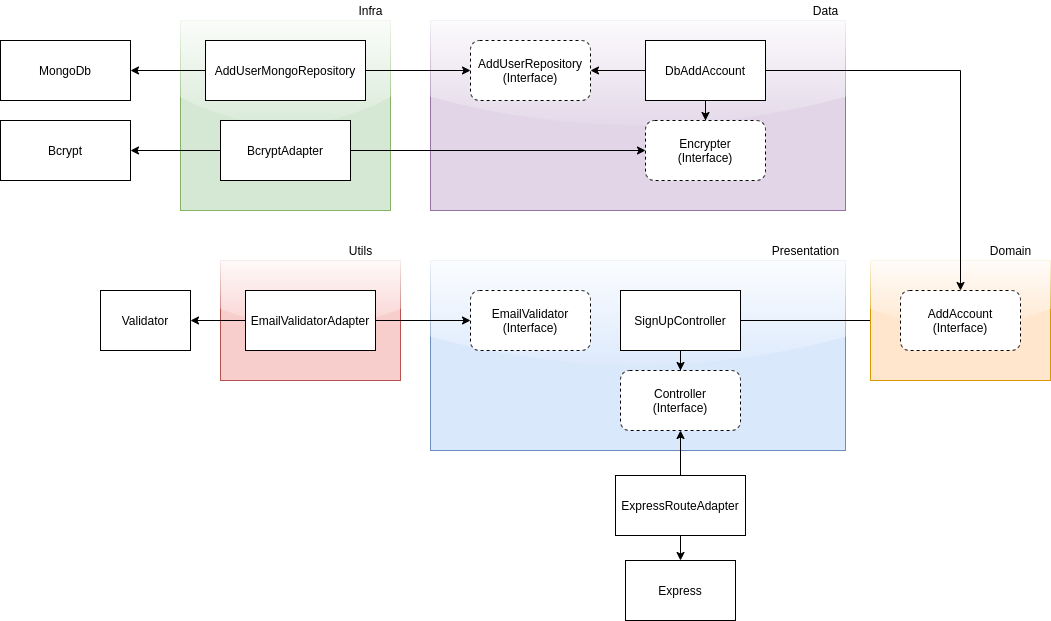
renatops1991/clean-code-api keeps this draw.io diagram as CleanNodeApi.drawio.png. Above is the earlier version. Source tidied: cells renumbered, new cells last; positions are measured from the earlier drawing's top-left corner, leaving out a move shared by most shapes.
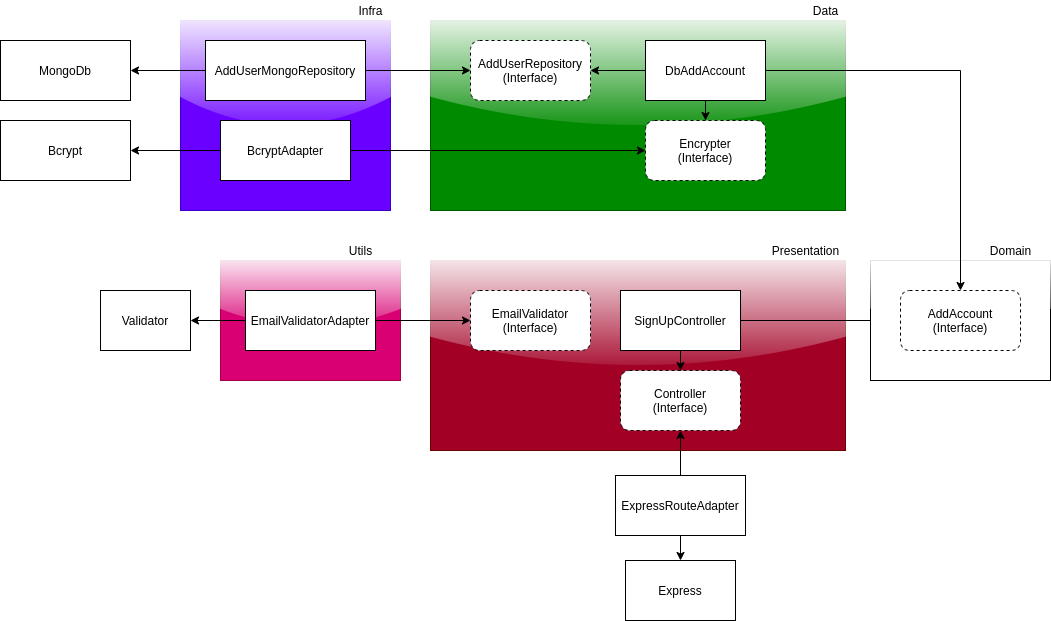
The same file after the commit.

Diff of the diagram source:
```diff
@@ -2,7 +2,7 @@
   <root>
     <mxCell id="0" />
     <mxCell id="1" parent="0" />
-    <mxCell id="2" style="rounded=0;whiteSpace=wrap;html=1;sketch=0;shadow=0;glass=1;fillColor=#dae8fc;strokeColor=#6c8ebf;" parent="1" vertex="1">
+    <mxCell id="2" style="rounded=0;whiteSpace=wrap;html=1;sketch=0;shadow=0;glass=1;fillColor=#a20025;strokeColor=#6F0000;fontColor=#ffffff;" parent="1" vertex="1">
       <mxGeometry x="430" y="260" width="415" height="190" as="geometry" />
     </mxCell>
     <mxCell id="3" style="edgeStyle=orthogonalEdgeStyle;rounded=0;jettySize=auto;html=1;" parent="1" edge="1" source="4" target="20">
@@ -35,7 +35,7 @@
     <mxCell id="12" value="EmailValidator&lt;br&gt;(Interface)" style="rounded=1;whiteSpace=wrap;html=1;dashed=1;" parent="1" vertex="1">
       <mxGeometry x="470" y="290" width="120" height="60" as="geometry" />
     </mxCell>
-    <mxCell id="13" style="rounded=0;whiteSpace=wrap;html=1;shadow=0;glass=1;sketch=0;fillColor=#f8cecc;strokeColor=#b85450;" parent="1" vertex="1">
+    <mxCell id="13" style="rounded=0;whiteSpace=wrap;html=1;shadow=0;glass=1;sketch=0;fillColor=#d80073;strokeColor=#A50040;fontColor=#ffffff;" parent="1" vertex="1">
       <mxGeometry x="220" y="260" width="180" height="120" as="geometry" />
     </mxCell>
     <mxCell id="14" style="edgeStyle=orthogonalEdgeStyle;rounded=0;jettySize=auto;html=1;" parent="1" edge="1" source="16" target="12">
@@ -53,7 +53,7 @@
     <mxCell id="18" value="Utils" style="text;html=1;align=center;verticalAlign=middle;strokeColor=none;fillColor=none;" parent="1" vertex="1">
       <mxGeometry x="340" y="240" width="40" height="20" as="geometry" />
     </mxCell>
-    <mxCell id="19" style="rounded=0;whiteSpace=wrap;html=1;shadow=0;glass=1;sketch=0;fillColor=#ffe6cc;strokeColor=#d79b00;" parent="1" vertex="1">
+    <mxCell id="19" style="rounded=0;whiteSpace=wrap;html=1;shadow=0;glass=1;sketch=0;" parent="1" vertex="1">
       <mxGeometry x="870" y="260" width="180" height="120" as="geometry" />
     </mxCell>
     <mxCell id="20" value="AddAccount&lt;br&gt;(Interface)" style="rounded=1;whiteSpace=wrap;html=1;dashed=1;" parent="1" vertex="1">
@@ -62,7 +62,7 @@
     <mxCell id="21" value="Domain" style="text;html=1;align=center;verticalAlign=middle;strokeColor=none;fillColor=none;" parent="1" vertex="1">
       <mxGeometry x="980" y="240" width="60" height="20" as="geometry" />
     </mxCell>
-    <mxCell id="22" style="rounded=0;whiteSpace=wrap;html=1;sketch=0;shadow=0;glass=1;fillColor=#e1d5e7;strokeColor=#9673a6;" parent="1" vertex="1">
+    <mxCell id="22" style="rounded=0;whiteSpace=wrap;html=1;sketch=0;shadow=0;glass=1;fillColor=#008a00;strokeColor=#005700;fontColor=#ffffff;" parent="1" vertex="1">
       <mxGeometry x="430" y="20" width="415" height="190" as="geometry" />
     </mxCell>
     <mxCell id="23" style="edgeStyle=orthogonalEdgeStyle;rounded=0;jettySize=auto;html=1;" parent="1" edge="1" source="26" target="20">
@@ -80,7 +80,7 @@
     <mxCell id="27" value="Data" style="text;html=1;align=center;verticalAlign=middle;strokeColor=none;fillColor=none;" parent="1" vertex="1">
       <mxGeometry x="805" width="40" height="20" as="geometry" />
     </mxCell>
-    <mxCell id="28" style="rounded=0;whiteSpace=wrap;html=1;shadow=0;glass=1;sketch=0;fillColor=#d5e8d4;strokeColor=#82b366;" parent="1" vertex="1">
+    <mxCell id="28" style="rounded=0;whiteSpace=wrap;html=1;shadow=0;glass=1;sketch=0;fillColor=#6a00ff;strokeColor=#3700CC;fontColor=#ffffff;" parent="1" vertex="1">
       <mxGeometry x="180" y="20" width="210" height="190" as="geometry" />
     </mxCell>
     <mxCell id="29" style="edgeStyle=orthogonalEdgeStyle;rounded=0;jettySize=auto;html=1;entryX=0;entryY=0.5;entryDx=0;entryDy=0;" parent="1" edge="1" source="31" target="32">
```
